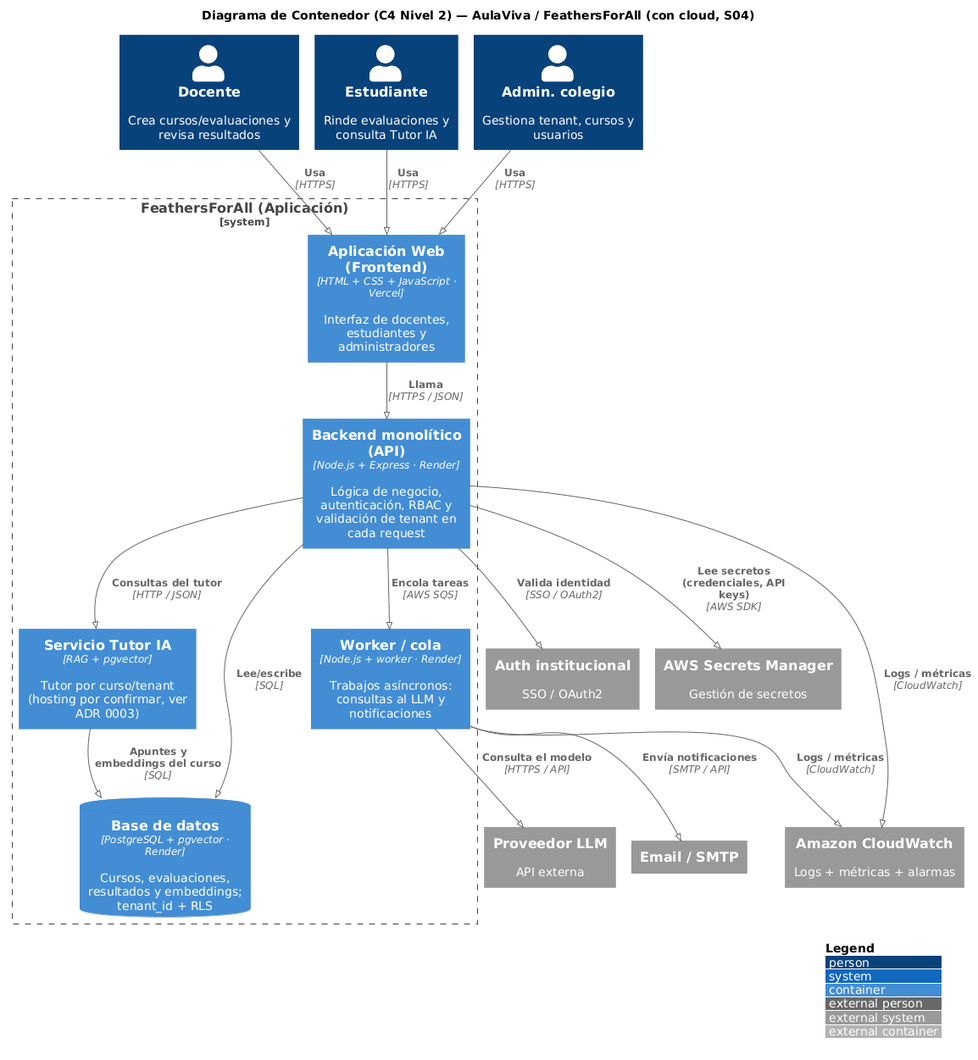
Earlier version of the PlantUML export FeathersForAll/Documentos/c4/l2-container.png (Erolayer-Cl/FeathersForAll).
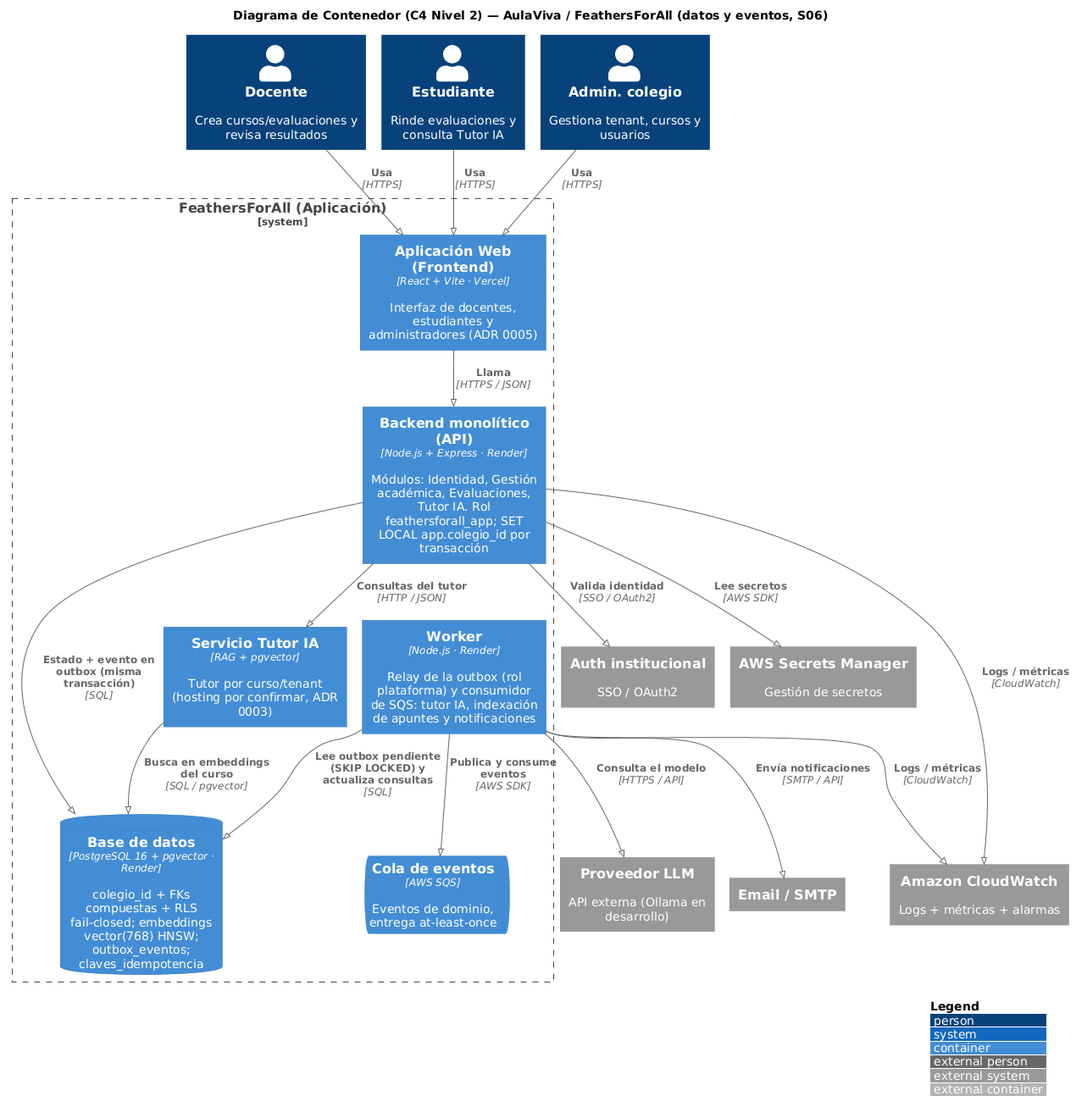
Above is the later version.

What changed in the source:
```diff
@@ -4,21 +4,22 @@
 
 LAYOUT_WITH_LEGEND()
 
-title Diagrama de Contenedor (C4 Nivel 2) — AulaViva / FeathersForAll (con cloud, S04)
+title Diagrama de Contenedor (C4 Nivel 2) — AulaViva / FeathersForAll (datos y eventos, S06)
 
 Person(docente, "Docente", "Crea cursos/evaluaciones y revisa resultados")
 Person(estudiante, "Estudiante", "Rinde evaluaciones y consulta Tutor IA")
 Person(admin, "Admin. colegio", "Gestiona tenant, cursos y usuarios")
 
 System_Boundary(aulaviva, "FeathersForAll (Aplicación)") {
-  Container(web, "Aplicación Web (Frontend)", "HTML + CSS + JavaScript · Vercel", "Interfaz de docentes, estudiantes y administradores")
-  Container(api, "Backend monolítico (API)", "Node.js + Express · Render", "Lógica de negocio, autenticación, RBAC y validación de tenant en cada request")
-  Container(tutor, "Servicio Tutor IA", "RAG + pgvector", "Tutor por curso/tenant (hosting por confirmar, ver ADR 0003)")
-  Container(worker, "Worker / cola", "Node.js + worker · Render", "Trabajos asíncronos: consultas al LLM y notificaciones")
-  ContainerDb(db, "Base de datos", "PostgreSQL + pgvector · Render", "Cursos, evaluaciones, resultados y embeddings; tenant_id + RLS")
+  Container(web, "Aplicación Web (Frontend)", "React + Vite · Vercel", "Interfaz de docentes, estudiantes y administradores (ADR 0005)")
+  Container(api, "Backend monolítico (API)", "Node.js + Express · Render", "Módulos: Identidad, Gestión académica, Evaluaciones, Tutor IA. Rol feathersforall_app; SET LOCAL app.colegio_id por transacción")
+  Container(tutor, "Servicio Tutor IA", "RAG + pgvector", "Tutor por curso/tenant (hosting por confirmar, ADR 0003)")
+  Container(worker, "Worker", "Node.js · Render", "Relay de la outbox (rol plataforma) y consumidor de SQS: tutor IA, indexación de apuntes y notificaciones")
+  ContainerQueue(sqs, "Cola de eventos", "AWS SQS", "Eventos de dominio, entrega at-least-once")
+  ContainerDb(db, "Base de datos", "PostgreSQL 16 + pgvector · Render", "colegio_id + FKs compuestas + RLS fail-closed; embeddings vector(768) HNSW; outbox_eventos; claves_idempotencia")
 }
 
-System_Ext(llm, "Proveedor LLM", "API externa")
+System_Ext(llm, "Proveedor LLM", "API externa (Ollama en desarrollo)")
 System_Ext(email, "Email / SMTP")
 System_Ext(auth, "Auth institucional", "SSO / OAuth2")
 System_Ext(secrets, "AWS Secrets Manager", "Gestión de secretos")
@@ -29,13 +30,14 @@
 Rel(admin, web, "Usa", "HTTPS")
 
 Rel(web, api, "Llama", "HTTPS / JSON")
-Rel(api, db, "Lee/escribe", "SQL")
+Rel(api, db, "Estado + evento en outbox (misma transacción)", "SQL")
 Rel(api, tutor, "Consultas del tutor", "HTTP / JSON")
-Rel(api, worker, "Encola tareas", "AWS SQS")
-Rel(tutor, db, "Apuntes y embeddings del curso", "SQL")
+Rel(tutor, db, "Busca en embeddings del curso", "SQL / pgvector")
+Rel(worker, db, "Lee outbox pendiente (SKIP LOCKED) y actualiza consultas", "SQL")
+Rel(worker, sqs, "Publica y consume eventos", "AWS SDK")
 Rel(worker, llm, "Consulta el modelo", "HTTPS / API")
 Rel(worker, email, "Envía notificaciones", "SMTP / API")
-Rel(api, secrets, "Lee secretos (credenciales, API keys)", "AWS SDK")
+Rel(api, secrets, "Lee secretos", "AWS SDK")
 Rel(api, cw, "Logs / métricas", "CloudWatch")
 Rel(worker, cw, "Logs / métricas", "CloudWatch")
 Rel(api, auth, "Valida identidad", "SSO / OAuth2")
```
